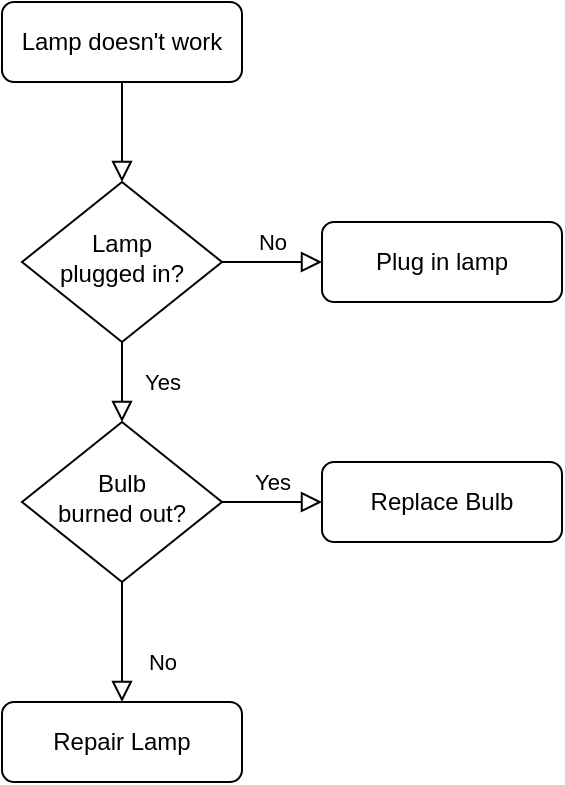
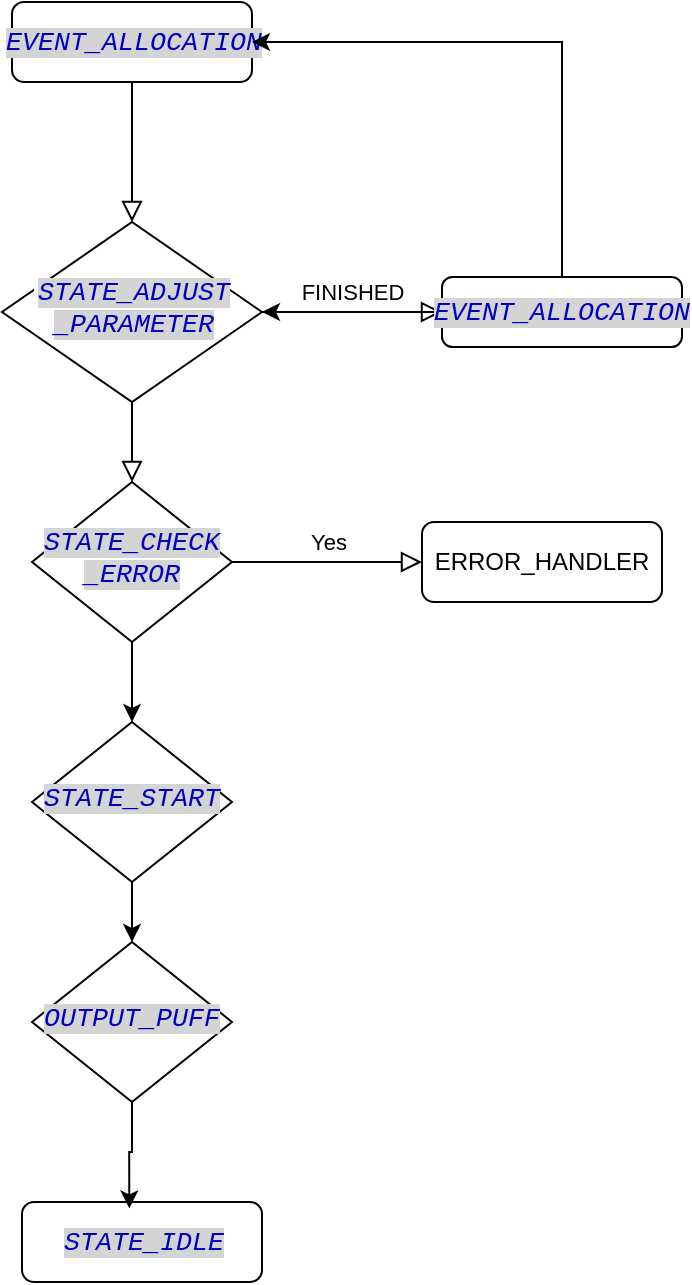
<mxfile host="app.diagrams.net" agent="Mozilla/5.0 (Windows NT 10.0; Win64; x64) AppleWebKit/537.36 (KHTML, like Gecko) Chrome/149.0.0.0 Safari/537.36" version="29.6.6">
  <diagram id="C5RBs43oDa-KdzZeNtuy" name="Page-1">
-     <mxGraphModel dx="1223" dy="898" grid="1" gridSize="10" guides="1" tooltips="1" connect="1" arrows="1" fold="1" page="1" pageScale="1" pageWidth="827" pageHeight="1169" math="0" shadow="0">
+     <mxGraphModel dx="1226" dy="733" grid="1" gridSize="10" guides="1" tooltips="1" connect="1" arrows="1" fold="1" page="1" pageScale="1" pageWidth="827" pageHeight="1169" math="0" shadow="0">
      <root>
        <mxCell id="WIyWlLk6GJQsqaUBKTNV-0" />
        <mxCell id="WIyWlLk6GJQsqaUBKTNV-1" parent="WIyWlLk6GJQsqaUBKTNV-0" />
-         <mxCell id="WIyWlLk6GJQsqaUBKTNV-2" value="" style="rounded=0;html=1;jettySize=auto;orthogonalLoop=1;fontSize=11;endArrow=block;endFill=0;endSize=8;strokeWidth=1;shadow=0;labelBackgroundColor=none;edgeStyle=orthogonalEdgeStyle;" parent="WIyWlLk6GJQsqaUBKTNV-1" source="WIyWlLk6GJQsqaUBKTNV-3" target="WIyWlLk6GJQsqaUBKTNV-6" edge="1">
+         <mxCell id="WIyWlLk6GJQsqaUBKTNV-2" edge="1" parent="WIyWlLk6GJQsqaUBKTNV-1" source="WIyWlLk6GJQsqaUBKTNV-3" style="rounded=0;html=1;jettySize=auto;orthogonalLoop=1;fontSize=11;endArrow=block;endFill=0;endSize=8;strokeWidth=1;shadow=0;labelBackgroundColor=none;edgeStyle=orthogonalEdgeStyle;" target="WIyWlLk6GJQsqaUBKTNV-6" value="">
          <mxGeometry relative="1" as="geometry" />
        </mxCell>
-         <mxCell id="WIyWlLk6GJQsqaUBKTNV-3" value="Lamp doesn&#39;t work" style="rounded=1;whiteSpace=wrap;html=1;fontSize=12;glass=0;strokeWidth=1;shadow=0;" parent="WIyWlLk6GJQsqaUBKTNV-1" vertex="1">
-           <mxGeometry x="160" y="80" width="120" height="40" as="geometry" />
+         <mxCell id="WIyWlLk6GJQsqaUBKTNV-3" parent="WIyWlLk6GJQsqaUBKTNV-1" style="rounded=1;whiteSpace=wrap;html=1;fontSize=12;glass=0;strokeWidth=1;shadow=0;" value="&lt;span style=&quot;background-color:#ffffff;padding:0px 0px 0px 2px;&quot;&gt;&lt;span style=&quot;font-family: &amp;quot;Courier New&amp;quot;; font-size: 10pt; white-space: pre;&quot;&gt;&lt;span style=&quot;color:#0000c0;background-color:#d4d4d4;font-style:italic;&quot;&gt;EVENT_ALLOCATION&lt;/span&gt;&lt;/span&gt;&lt;/span&gt;" vertex="1">
+           <mxGeometry height="40" width="120" x="145" y="50" as="geometry" />
        </mxCell>
-         <mxCell id="WIyWlLk6GJQsqaUBKTNV-4" value="Yes" style="rounded=0;html=1;jettySize=auto;orthogonalLoop=1;fontSize=11;endArrow=block;endFill=0;endSize=8;strokeWidth=1;shadow=0;labelBackgroundColor=none;edgeStyle=orthogonalEdgeStyle;" parent="WIyWlLk6GJQsqaUBKTNV-1" source="WIyWlLk6GJQsqaUBKTNV-6" target="WIyWlLk6GJQsqaUBKTNV-10" edge="1">
-           <mxGeometry y="20" relative="1" as="geometry">
+         <mxCell id="WIyWlLk6GJQsqaUBKTNV-4" edge="1" parent="WIyWlLk6GJQsqaUBKTNV-1" source="WIyWlLk6GJQsqaUBKTNV-6" style="rounded=0;html=1;jettySize=auto;orthogonalLoop=1;fontSize=11;endArrow=block;endFill=0;endSize=8;strokeWidth=1;shadow=0;labelBackgroundColor=none;edgeStyle=orthogonalEdgeStyle;" target="WIyWlLk6GJQsqaUBKTNV-10" value="">
+           <mxGeometry relative="1" y="20" as="geometry">
            <mxPoint as="offset" />
          </mxGeometry>
        </mxCell>
-         <mxCell id="WIyWlLk6GJQsqaUBKTNV-5" value="No" style="edgeStyle=orthogonalEdgeStyle;rounded=0;html=1;jettySize=auto;orthogonalLoop=1;fontSize=11;endArrow=block;endFill=0;endSize=8;strokeWidth=1;shadow=0;labelBackgroundColor=none;" parent="WIyWlLk6GJQsqaUBKTNV-1" source="WIyWlLk6GJQsqaUBKTNV-6" target="WIyWlLk6GJQsqaUBKTNV-7" edge="1">
-           <mxGeometry y="10" relative="1" as="geometry">
+         <mxCell id="WIyWlLk6GJQsqaUBKTNV-5" edge="1" parent="WIyWlLk6GJQsqaUBKTNV-1" source="WIyWlLk6GJQsqaUBKTNV-6" style="edgeStyle=orthogonalEdgeStyle;rounded=0;html=1;jettySize=auto;orthogonalLoop=1;fontSize=11;endArrow=block;endFill=0;endSize=8;strokeWidth=1;shadow=0;labelBackgroundColor=none;" target="WIyWlLk6GJQsqaUBKTNV-7" value="FINISHED">
+           <mxGeometry relative="1" y="10" as="geometry">
            <mxPoint as="offset" />
          </mxGeometry>
        </mxCell>
-         <mxCell id="WIyWlLk6GJQsqaUBKTNV-6" value="Lamp&lt;br&gt;plugged in?" style="rhombus;whiteSpace=wrap;html=1;shadow=0;fontFamily=Helvetica;fontSize=12;align=center;strokeWidth=1;spacing=6;spacingTop=-4;" parent="WIyWlLk6GJQsqaUBKTNV-1" vertex="1">
-           <mxGeometry x="170" y="170" width="100" height="80" as="geometry" />
+         <mxCell id="WIyWlLk6GJQsqaUBKTNV-6" parent="WIyWlLk6GJQsqaUBKTNV-1" style="rhombus;whiteSpace=wrap;html=1;shadow=0;fontFamily=Helvetica;fontSize=12;align=center;strokeWidth=1;spacing=6;spacingTop=-4;" value="&lt;span style=&quot;background-color: rgb(255, 255, 255); padding: 0px 0px 0px 2px;&quot;&gt;&lt;span style=&quot;font-family: &amp;quot;Courier New&amp;quot;; font-size: 10pt; white-space: pre;&quot;&gt;&lt;span style=&quot;color: rgb(0, 0, 192); background-color: rgb(212, 212, 212); font-style: italic;&quot;&gt;STATE_ADJUST&lt;/span&gt;&lt;/span&gt;&lt;/span&gt;&lt;div&gt;&lt;span style=&quot;background-color: rgb(255, 255, 255); padding: 0px 0px 0px 2px;&quot;&gt;&lt;span style=&quot;font-family: &amp;quot;Courier New&amp;quot;; font-size: 10pt; white-space: pre;&quot;&gt;&lt;span style=&quot;color: rgb(0, 0, 192); background-color: rgb(212, 212, 212); font-style: italic;&quot;&gt;_PARAMETER&lt;/span&gt;&lt;/span&gt;&lt;/span&gt;&lt;/div&gt;" vertex="1">
+           <mxGeometry height="90" width="130" x="140" y="160" as="geometry" />
        </mxCell>
-         <mxCell id="WIyWlLk6GJQsqaUBKTNV-7" value="Plug in lamp" style="rounded=1;whiteSpace=wrap;html=1;fontSize=12;glass=0;strokeWidth=1;shadow=0;" parent="WIyWlLk6GJQsqaUBKTNV-1" vertex="1">
-           <mxGeometry x="320" y="190" width="120" height="40" as="geometry" />
+         <mxCell id="CYbZLikjCRHe5xmpgaHH-0" edge="1" parent="WIyWlLk6GJQsqaUBKTNV-1" source="WIyWlLk6GJQsqaUBKTNV-7" style="edgeStyle=orthogonalEdgeStyle;rounded=0;orthogonalLoop=1;jettySize=auto;html=1;entryX=1;entryY=0.5;entryDx=0;entryDy=0;" target="WIyWlLk6GJQsqaUBKTNV-3">
+           <mxGeometry relative="1" as="geometry">
+             <Array as="points">
+               <mxPoint x="420" y="70" />
+             </Array>
+           </mxGeometry>
        </mxCell>
-         <mxCell id="WIyWlLk6GJQsqaUBKTNV-8" value="No" style="rounded=0;html=1;jettySize=auto;orthogonalLoop=1;fontSize=11;endArrow=block;endFill=0;endSize=8;strokeWidth=1;shadow=0;labelBackgroundColor=none;edgeStyle=orthogonalEdgeStyle;" parent="WIyWlLk6GJQsqaUBKTNV-1" source="WIyWlLk6GJQsqaUBKTNV-10" target="WIyWlLk6GJQsqaUBKTNV-11" edge="1">
-           <mxGeometry x="0.3333" y="20" relative="1" as="geometry">
+         <mxCell id="CYbZLikjCRHe5xmpgaHH-1" edge="1" parent="WIyWlLk6GJQsqaUBKTNV-1" source="WIyWlLk6GJQsqaUBKTNV-7" style="edgeStyle=orthogonalEdgeStyle;rounded=0;orthogonalLoop=1;jettySize=auto;html=1;" target="WIyWlLk6GJQsqaUBKTNV-6" value="">
+           <mxGeometry relative="1" as="geometry" />
+         </mxCell>
+         <mxCell id="WIyWlLk6GJQsqaUBKTNV-7" parent="WIyWlLk6GJQsqaUBKTNV-1" style="rounded=1;whiteSpace=wrap;html=1;fontSize=12;glass=0;strokeWidth=1;shadow=0;" value="&lt;span style=&quot;color: rgb(0, 0, 192); font-family: &amp;quot;Courier New&amp;quot;; font-size: 13.3333px; font-style: italic; white-space: pre; background-color: rgb(212, 212, 212);&quot;&gt;EVENT_ALLOCATION&lt;/span&gt;" vertex="1">
+           <mxGeometry height="35" width="120" x="360" y="187.5" as="geometry" />
+         </mxCell>
+         <mxCell id="WIyWlLk6GJQsqaUBKTNV-9" edge="1" parent="WIyWlLk6GJQsqaUBKTNV-1" source="WIyWlLk6GJQsqaUBKTNV-10" style="edgeStyle=orthogonalEdgeStyle;rounded=0;html=1;jettySize=auto;orthogonalLoop=1;fontSize=11;endArrow=block;endFill=0;endSize=8;strokeWidth=1;shadow=0;labelBackgroundColor=none;" target="WIyWlLk6GJQsqaUBKTNV-12" value="Yes">
+           <mxGeometry relative="1" y="10" as="geometry">
            <mxPoint as="offset" />
          </mxGeometry>
        </mxCell>
-         <mxCell id="WIyWlLk6GJQsqaUBKTNV-9" value="Yes" style="edgeStyle=orthogonalEdgeStyle;rounded=0;html=1;jettySize=auto;orthogonalLoop=1;fontSize=11;endArrow=block;endFill=0;endSize=8;strokeWidth=1;shadow=0;labelBackgroundColor=none;" parent="WIyWlLk6GJQsqaUBKTNV-1" source="WIyWlLk6GJQsqaUBKTNV-10" target="WIyWlLk6GJQsqaUBKTNV-12" edge="1">
-           <mxGeometry y="10" relative="1" as="geometry">
-             <mxPoint as="offset" />
-           </mxGeometry>
+         <mxCell id="CYbZLikjCRHe5xmpgaHH-4" edge="1" parent="WIyWlLk6GJQsqaUBKTNV-1" source="WIyWlLk6GJQsqaUBKTNV-10" style="edgeStyle=orthogonalEdgeStyle;rounded=0;orthogonalLoop=1;jettySize=auto;html=1;entryX=0.5;entryY=0;entryDx=0;entryDy=0;" target="CYbZLikjCRHe5xmpgaHH-3">
+           <mxGeometry relative="1" as="geometry" />
        </mxCell>
-         <mxCell id="WIyWlLk6GJQsqaUBKTNV-10" value="Bulb&lt;br&gt;burned out?" style="rhombus;whiteSpace=wrap;html=1;shadow=0;fontFamily=Helvetica;fontSize=12;align=center;strokeWidth=1;spacing=6;spacingTop=-4;" parent="WIyWlLk6GJQsqaUBKTNV-1" vertex="1">
-           <mxGeometry x="170" y="290" width="100" height="80" as="geometry" />
+         <mxCell id="WIyWlLk6GJQsqaUBKTNV-10" parent="WIyWlLk6GJQsqaUBKTNV-1" style="rhombus;whiteSpace=wrap;html=1;shadow=0;fontFamily=Helvetica;fontSize=12;align=center;strokeWidth=1;spacing=6;spacingTop=-4;" value="&lt;span style=&quot;color: rgb(0, 0, 192); font-family: &amp;quot;Courier New&amp;quot;; font-size: 13.3333px; font-style: italic; white-space: pre; background-color: rgb(212, 212, 212);&quot;&gt;STATE_CHECK&lt;/span&gt;&lt;div&gt;&lt;span style=&quot;color: rgb(0, 0, 192); font-family: &amp;quot;Courier New&amp;quot;; font-size: 13.3333px; font-style: italic; white-space: pre; background-color: rgb(212, 212, 212);&quot;&gt;_ERROR&lt;/span&gt;&lt;/div&gt;" vertex="1">
+           <mxGeometry height="80" width="100" x="155" y="290" as="geometry" />
        </mxCell>
-         <mxCell id="WIyWlLk6GJQsqaUBKTNV-11" value="Repair Lamp" style="rounded=1;whiteSpace=wrap;html=1;fontSize=12;glass=0;strokeWidth=1;shadow=0;" parent="WIyWlLk6GJQsqaUBKTNV-1" vertex="1">
-           <mxGeometry x="160" y="430" width="120" height="40" as="geometry" />
+         <mxCell id="WIyWlLk6GJQsqaUBKTNV-11" parent="WIyWlLk6GJQsqaUBKTNV-1" style="rounded=1;whiteSpace=wrap;html=1;fontSize=12;glass=0;strokeWidth=1;shadow=0;" value="&lt;span style=&quot;background-color:#ffffff;padding:0px 0px 0px 2px;&quot;&gt;&lt;span style=&quot;font-family: &amp;quot;Courier New&amp;quot;; font-size: 10pt; white-space: pre;&quot;&gt;&lt;span style=&quot;color:#0000c0;background-color:#d4d4d4;font-style:italic;&quot;&gt;STATE_IDLE&lt;/span&gt;&lt;/span&gt;&lt;/span&gt;" vertex="1">
+           <mxGeometry height="40" width="120" x="150" y="650" as="geometry" />
        </mxCell>
-         <mxCell id="WIyWlLk6GJQsqaUBKTNV-12" value="Replace Bulb" style="rounded=1;whiteSpace=wrap;html=1;fontSize=12;glass=0;strokeWidth=1;shadow=0;" parent="WIyWlLk6GJQsqaUBKTNV-1" vertex="1">
-           <mxGeometry x="320" y="310" width="120" height="40" as="geometry" />
+         <mxCell id="WIyWlLk6GJQsqaUBKTNV-12" parent="WIyWlLk6GJQsqaUBKTNV-1" style="rounded=1;whiteSpace=wrap;html=1;fontSize=12;glass=0;strokeWidth=1;shadow=0;" value="ERROR_HANDLER" vertex="1">
+           <mxGeometry height="40" width="120" x="350" y="310" as="geometry" />
+         </mxCell>
+         <mxCell id="CYbZLikjCRHe5xmpgaHH-2" parent="WIyWlLk6GJQsqaUBKTNV-1" style="rhombus;whiteSpace=wrap;html=1;shadow=0;fontFamily=Helvetica;fontSize=12;align=center;strokeWidth=1;spacing=6;spacingTop=-4;" value="&lt;span style=&quot;color: rgb(0, 0, 192); font-family: &amp;quot;Courier New&amp;quot;; font-size: 13.3333px; font-style: italic; white-space: pre; background-color: rgb(212, 212, 212);&quot;&gt;OUTPUT_PUFF&lt;/span&gt;" vertex="1">
+           <mxGeometry height="80" width="100" x="155" y="520" as="geometry" />
+         </mxCell>
+         <mxCell id="CYbZLikjCRHe5xmpgaHH-5" edge="1" parent="WIyWlLk6GJQsqaUBKTNV-1" source="CYbZLikjCRHe5xmpgaHH-3" style="edgeStyle=orthogonalEdgeStyle;rounded=0;orthogonalLoop=1;jettySize=auto;html=1;entryX=0.5;entryY=0;entryDx=0;entryDy=0;" target="CYbZLikjCRHe5xmpgaHH-2">
+           <mxGeometry relative="1" as="geometry" />
+         </mxCell>
+         <mxCell id="CYbZLikjCRHe5xmpgaHH-3" parent="WIyWlLk6GJQsqaUBKTNV-1" style="rhombus;whiteSpace=wrap;html=1;shadow=0;fontFamily=Helvetica;fontSize=12;align=center;strokeWidth=1;spacing=6;spacingTop=-4;" value="&lt;font color=&quot;#0000c0&quot; face=&quot;Courier New&quot;&gt;&lt;span style=&quot;font-size: 13.3333px; white-space: pre; background-color: rgb(212, 212, 212);&quot;&gt;&lt;i&gt;STATE_START&lt;/i&gt;&lt;/span&gt;&lt;/font&gt;" vertex="1">
+           <mxGeometry height="80" width="100" x="155" y="410" as="geometry" />
+         </mxCell>
+         <mxCell id="CYbZLikjCRHe5xmpgaHH-6" edge="1" parent="WIyWlLk6GJQsqaUBKTNV-1" source="CYbZLikjCRHe5xmpgaHH-2" style="edgeStyle=orthogonalEdgeStyle;rounded=0;orthogonalLoop=1;jettySize=auto;html=1;entryX=0.447;entryY=0.08;entryDx=0;entryDy=0;entryPerimeter=0;" target="WIyWlLk6GJQsqaUBKTNV-11">
+           <mxGeometry relative="1" as="geometry" />
        </mxCell>
      </root>
    </mxGraphModel>
  </diagram>
</mxfile>
